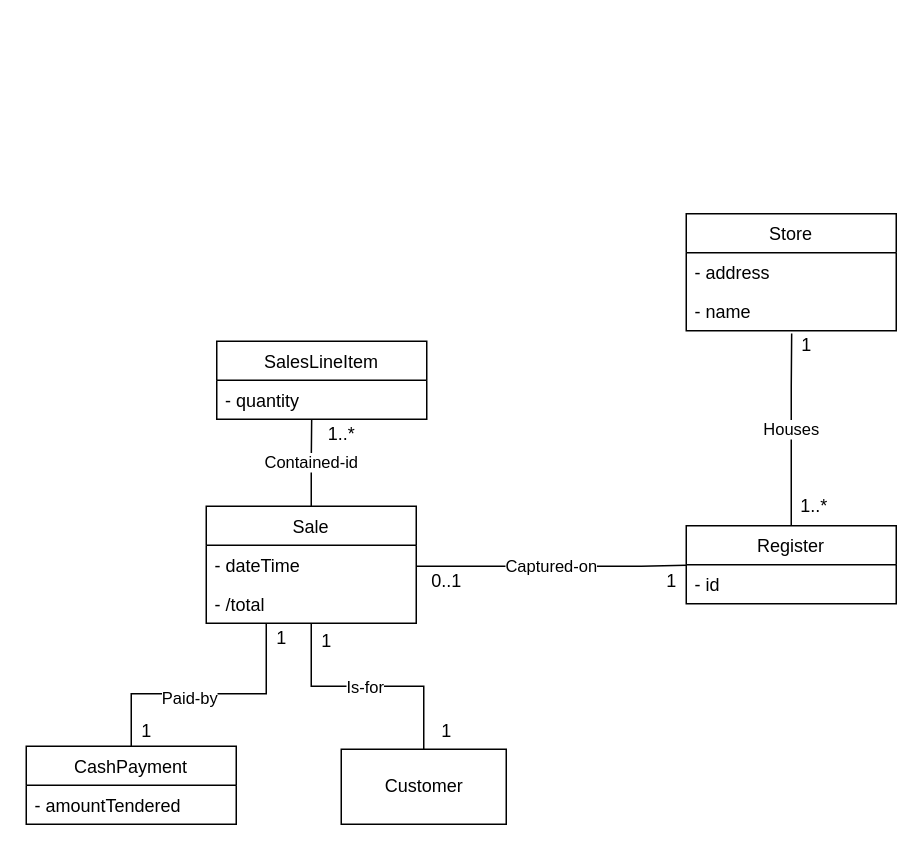
Above: UML-Sandbox.drawio in TMP-DARQSW/UML-Sandbox (draw.io), before the change. Source tidied: cells renumbered, new cells numbered last; positions are measured from the earlier drawing's top-left corner, leaving out a move shared by most shapes. Both pictures are drawn from the tidied source at 150%, with x=0, y=0 at pixel (26, 213).
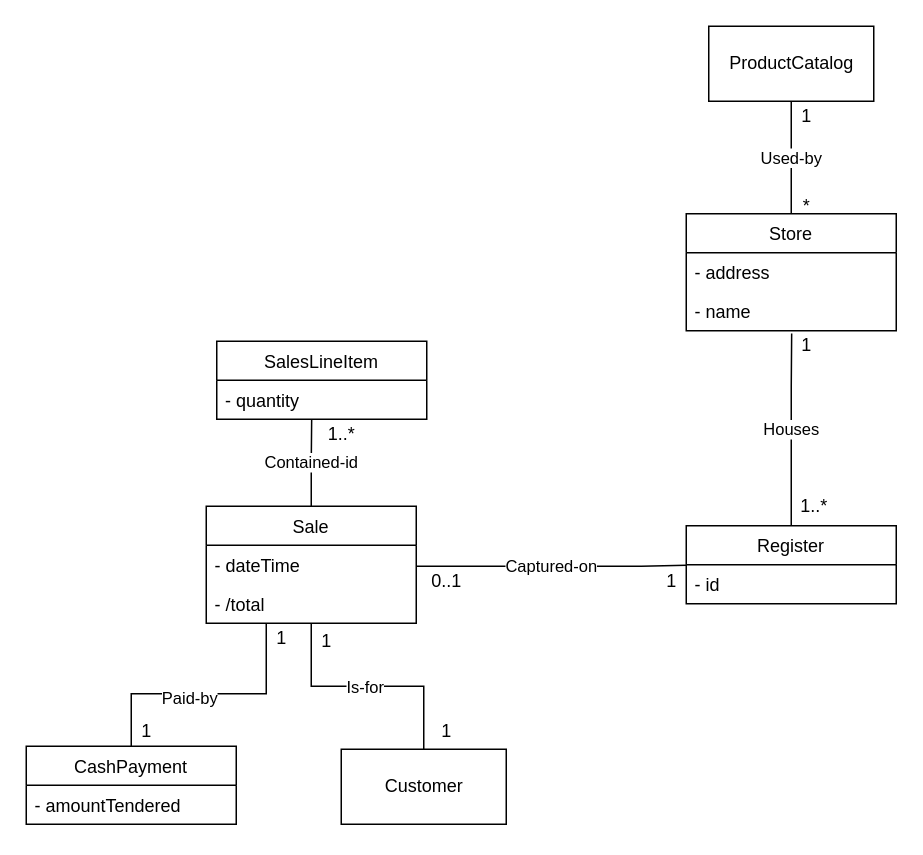
After the change.

Commit message:
Agregando el Catalogo de Productos

Unchanged cells that the change refers to:
```xml
<mxCell id="26" value="Store" style="swimlane;fontStyle=0;horizontal=1;startSize=26;fillColor=none;" parent="1" vertex="1">
  <mxGeometry x="440" width="140" height="78" as="geometry" />
</mxCell>
```

The edit, as a diff of the source:
```diff
@@
+    <mxCell id="31" value="Used-by" style="edgeStyle=orthogonalEdgeStyle;rounded=0;jettySize=auto;html=1;entryX=0.5;entryY=0;entryDx=0;entryDy=0;endArrow=none;endFill=0;" parent="1" edge="1" source="32" target="26">
+      <mxGeometry relative="1" as="geometry" />
+    </mxCell>
+    <mxCell id="32" value="ProductCatalog" style="html=1;" parent="1" vertex="1">
+      <mxGeometry x="455" y="-125" width="110" height="50" as="geometry" />
+    </mxCell>
+    <mxCell id="33" value="1" style="text;html=1;align=center;verticalAlign=middle;strokeColor=none;fillColor=none;" parent="1" vertex="1">
+      <mxGeometry x="510" y="-75" width="20" height="20" as="geometry" />
+    </mxCell>
+    <mxCell id="34" value="*" style="text;html=1;align=center;verticalAlign=middle;strokeColor=none;fillColor=none;" parent="1" vertex="1">
+      <mxGeometry x="510" y="-15" width="20" height="20" as="geometry" />
+    </mxCell>
```
